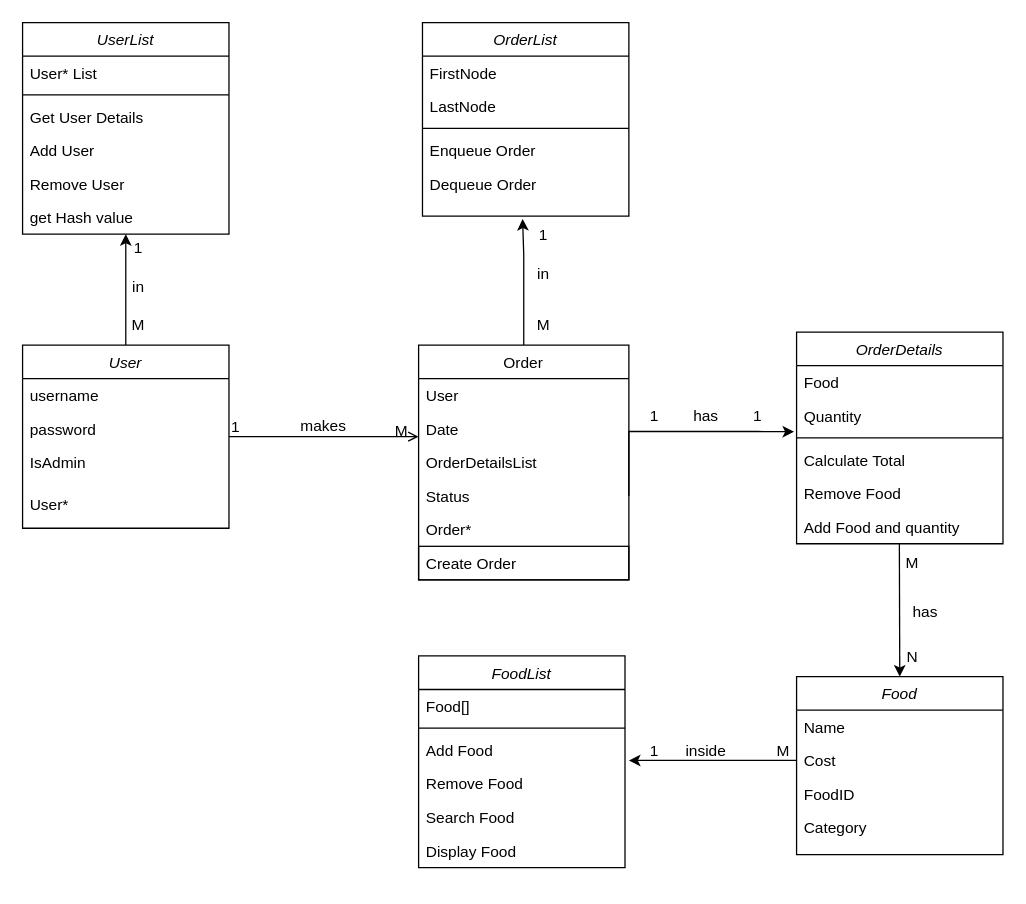
Above: Assginment.drawio in a1dss/DSA_Assignment (draw.io), before the change. Source tidied: cells renumbered, new cells numbered last; positions are measured from the earlier drawing's top-left corner, leaving out a move shared by most shapes. Both pictures are drawn from the tidied source at 129%, with x=0, y=0 at pixel (22, 22).
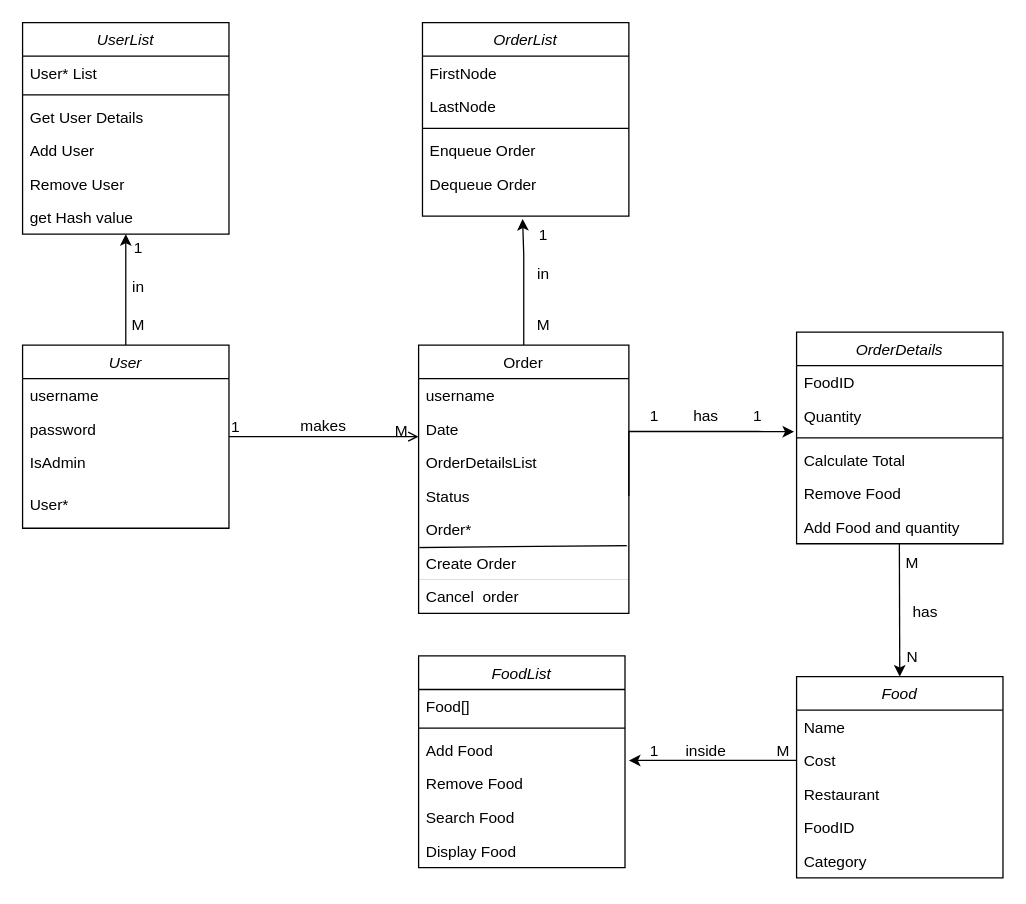
The same page after the edit.

Unchanged cells that the change refers to:
```xml
<mxCell id="32" value="OrderDetails" style="swimlane;fontStyle=2;align=center;verticalAlign=top;horizontal=1;startSize=26;rounded=0;shadow=0;strokeWidth=1;" parent="1" vertex="1">
  <mxGeometry x="600" y="240" width="160" height="164" as="geometry" />
</mxCell>
```

Diff of the diagram source:
```diff
@@
     <mxCell id="9" value="Order" style="swimlane;fontStyle=0;align=center;verticalAlign=top;horizontal=1;startSize=26;rounded=0;shadow=0;strokeWidth=1;" parent="1" vertex="1">
-      <mxGeometry x="307" y="250" width="163" height="182" as="geometry" />
+      <mxGeometry x="307" y="250" width="163" height="208" as="geometry" />
     </mxCell>
-    <mxCell id="10" value="User" style="text;align=left;verticalAlign=top;spacingLeft=4;spacingRight=4;overflow=hidden;" parent="9" vertex="1">
+    <mxCell id="10" value="username" style="text;align=left;verticalAlign=top;spacingLeft=4;spacingRight=4;overflow=hidden;" parent="9" vertex="1">
       <mxGeometry y="26" width="163" height="26" as="geometry" />
     </mxCell>
@@
-    <mxCell id="14" value="Order*" style="text;align=left;verticalAlign=top;spacingLeft=4;spacingRight=4;overflow=hidden;rounded=0;shadow=0;html=0;" parent="9" vertex="1">
+    <mxCell id="14" value="Order*" style="text;align=left;verticalAlign=top;spacingLeft=4;spacingRight=4;overflow=hidden;rounded=0;shadow=0;html=0;strokeColor=none;" parent="9" vertex="1">
       <mxGeometry y="130" width="163" height="26" as="geometry" />
     </mxCell>
-    <mxCell id="15" value="Create Order" style="text;align=left;verticalAlign=top;spacingLeft=4;spacingRight=4;overflow=hidden;points=[[0,0.5],[1,0.5]];portConstraint=eastwest;rounded=0;shadow=0;html=0;perimeterSpacing=1;strokeWidth=1;strokeColor=default;" parent="9" vertex="1">
+    <mxCell id="15" value="Create Order" style="text;align=left;verticalAlign=top;spacingLeft=4;spacingRight=4;overflow=hidden;points=[[0,0.5],[1,0.5]];portConstraint=eastwest;rounded=0;shadow=0;html=0;perimeterSpacing=1;strokeWidth=0;strokeColor=default;" parent="9" vertex="1">
       <mxGeometry y="156" width="163" height="26" as="geometry" />
     </mxCell>
+    <mxCell id="70" value="Cancel  order" style="text;align=left;verticalAlign=top;spacingLeft=4;spacingRight=4;overflow=hidden;rounded=0;shadow=0;html=0;perimeterSpacing=0;strokeWidth=0;strokeColor=none;" parent="9" vertex="1">
+      <mxGeometry y="182" width="163" height="26" as="geometry" />
+    </mxCell>
+    <mxCell id="71" style="endArrow=none;html=1;rounded=0;exitX=0.01;exitY=0.071;exitDx=0;exitDy=0;exitPerimeter=0;entryX=0.984;entryY=0.014;entryDx=0;entryDy=0;entryPerimeter=0;" parent="9" edge="1" source="15" target="15">
+      <mxGeometry relative="1" as="geometry" />
+    </mxCell>
@@
     <mxCell id="20" value="Food" style="swimlane;fontStyle=2;align=center;verticalAlign=top;horizontal=1;startSize=26;rounded=0;shadow=0;strokeWidth=1;" parent="1" vertex="1">
-      <mxGeometry x="600" y="507" width="160" height="138" as="geometry" />
+      <mxGeometry x="600" y="507" width="160" height="156" as="geometry" />
     </mxCell>
@@
+    <mxCell id="72" value="Restaurant" style="text;align=left;verticalAlign=top;spacingLeft=4;spacingRight=4;overflow=hidden;rounded=0;shadow=0;html=0;" parent="20" vertex="1">
+      <mxGeometry y="78" width="160" height="26" as="geometry" />
+    </mxCell>
     <mxCell id="23" value="FoodID" style="text;align=left;verticalAlign=top;spacingLeft=4;spacingRight=4;overflow=hidden;rounded=0;shadow=0;html=0;" parent="20" vertex="1">
-      <mxGeometry y="78" width="160" height="26" as="geometry" />
+      <mxGeometry y="104" width="160" height="26" as="geometry" />
     </mxCell>
     <mxCell id="24" value="Category" style="text;align=left;verticalAlign=top;spacingLeft=4;spacingRight=4;overflow=hidden;rounded=0;shadow=0;html=0;" parent="20" vertex="1">
-      <mxGeometry y="104" width="160" height="26" as="geometry" />
+      <mxGeometry y="130" width="160" height="26" as="geometry" />
     </mxCell>
@@
-    <mxCell id="33" value="Food" style="text;align=left;verticalAlign=top;spacingLeft=4;spacingRight=4;overflow=hidden;" parent="32" vertex="1">
+    <mxCell id="33" value="FoodID" style="text;align=left;verticalAlign=top;spacingLeft=4;spacingRight=4;overflow=hidden;" parent="32" vertex="1">
       <mxGeometry y="26" width="160" height="26" as="geometry" />
     </mxCell>
```
